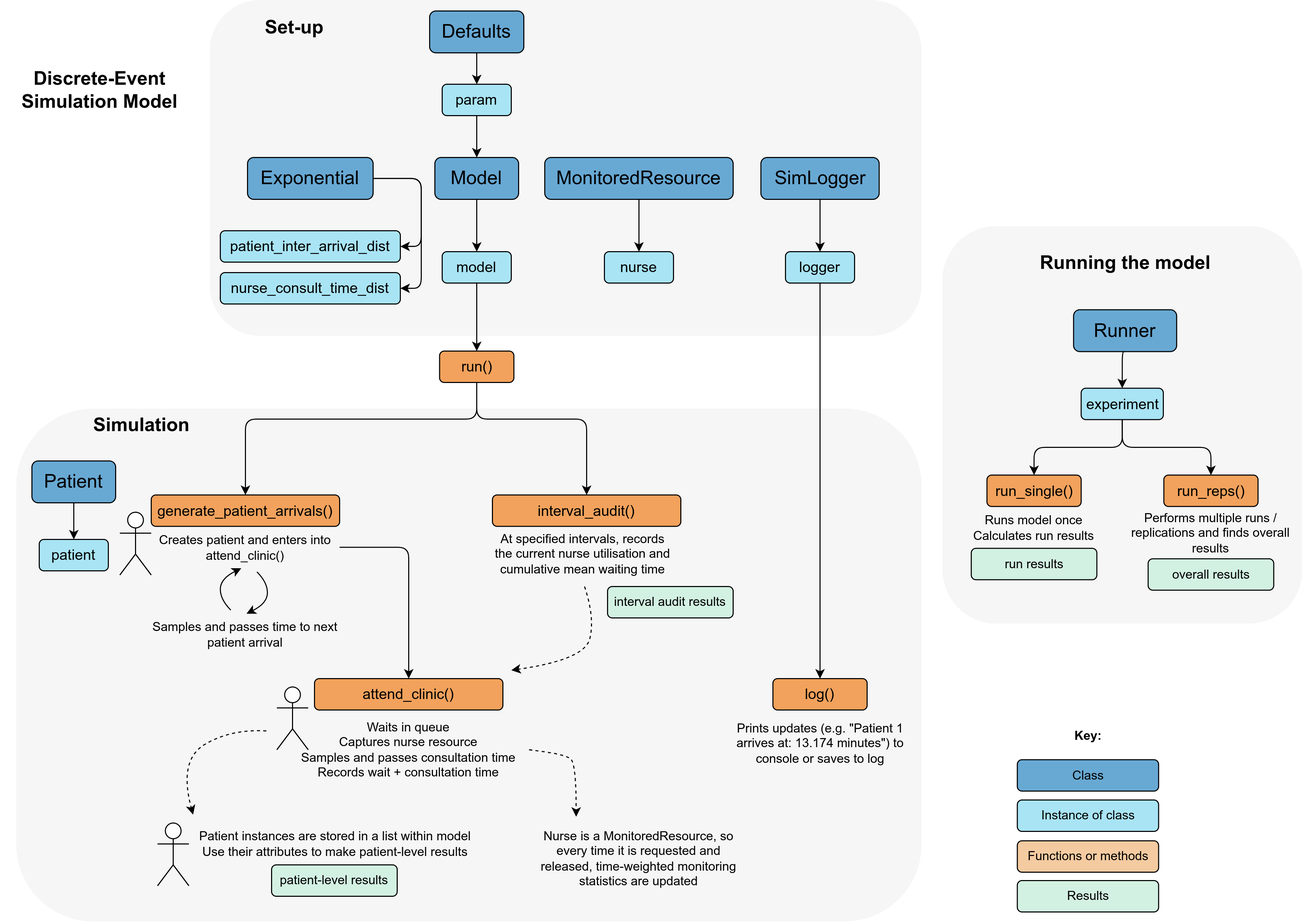
Before: images/model_structure.png, a diagram exported from draw.io (pythonhealthdatascience/pydesrap_mms). Source tidied: cells renumbered, new cells last; positions are measured from the earlier drawing's top-left corner, leaving out a move shared by most shapes.
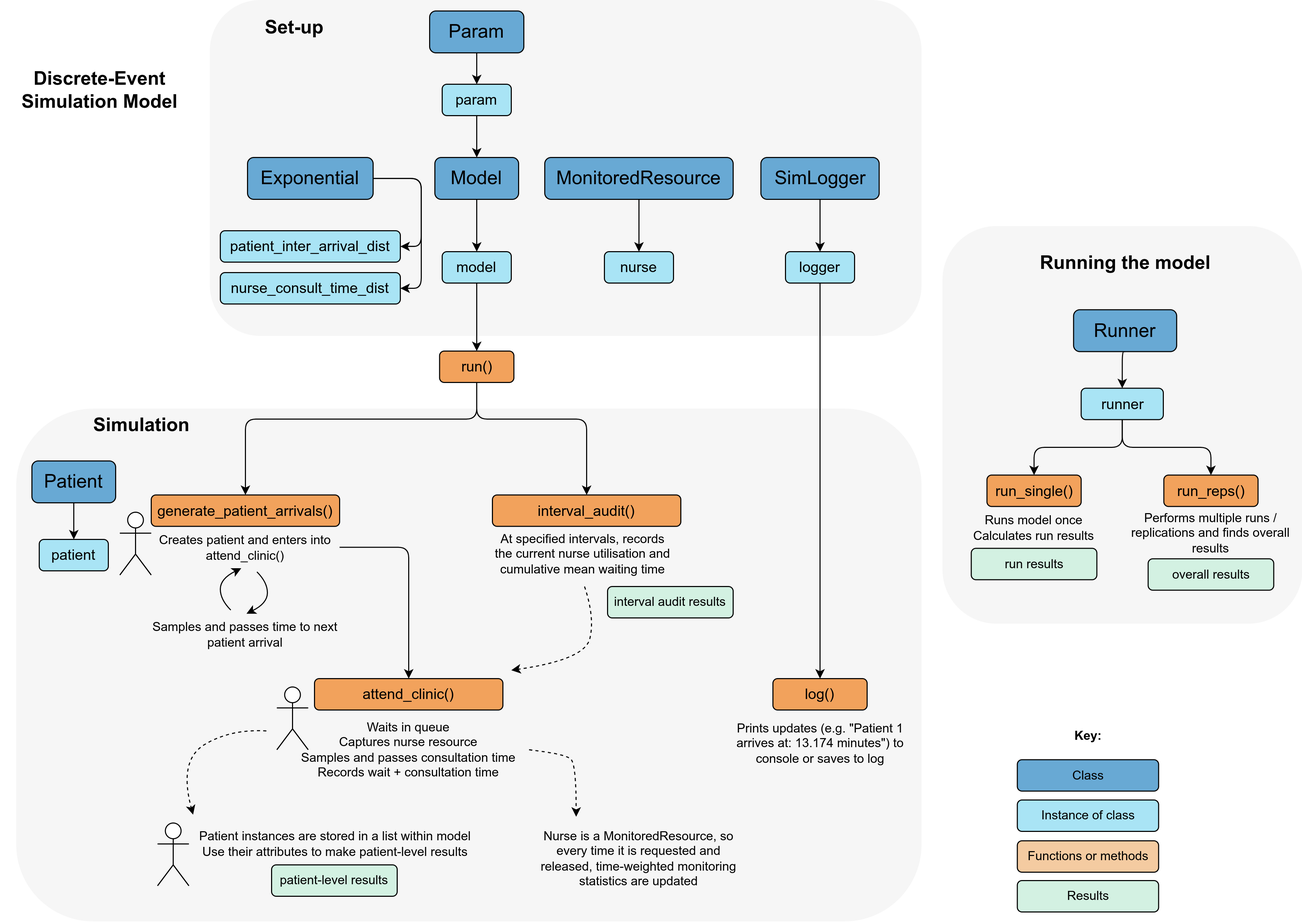
After the commit.

Change to the diagram source:
```diff
@@ -23,7 +23,7 @@
     <mxCell id="8" style="edgeStyle=orthogonalEdgeStyle;rounded=1;jettySize=auto;html=1;exitX=0.5;exitY=1;exitDx=0;exitDy=0;entryX=0.5;entryY=0;entryDx=0;entryDy=0;" parent="1" edge="1" source="9" target="15">
       <mxGeometry relative="1" as="geometry" />
     </mxCell>
-    <mxCell id="9" value="&lt;font style=&quot;font-size: 18px;&quot;&gt;Defaults&lt;/font&gt;" style="rounded=1;whiteSpace=wrap;html=1;fillColor=#68A9D4;" parent="1" vertex="1">
+    <mxCell id="9" value="&lt;font style=&quot;font-size: 18px;&quot;&gt;Param&lt;/font&gt;" style="rounded=1;whiteSpace=wrap;html=1;fillColor=#68A9D4;" parent="1" vertex="1">
       <mxGeometry x="410" y="10" width="90" height="40" as="geometry" />
     </mxCell>
     <mxCell id="10" style="edgeStyle=orthogonalEdgeStyle;rounded=1;jettySize=auto;html=1;exitX=0.5;exitY=1;exitDx=0;exitDy=0;entryX=0.5;entryY=0;entryDx=0;entryDy=0;" parent="1" edge="1" source="11" target="17">
@@ -124,7 +124,7 @@
     <mxCell id="36" style="edgeStyle=orthogonalEdgeStyle;rounded=1;jettySize=auto;html=1;exitX=0.5;exitY=1;exitDx=0;exitDy=0;" parent="1" edge="1" source="37" target="42">
       <mxGeometry relative="1" as="geometry" />
     </mxCell>
-    <mxCell id="37" value="&lt;font style=&quot;font-size: 14px;&quot;&gt;experiment&lt;/font&gt;" style="rounded=1;whiteSpace=wrap;html=1;fillColor=#A9E4F5;" parent="1" vertex="1">
+    <mxCell id="37" value="&lt;font style=&quot;font-size: 14px;&quot;&gt;runner&lt;/font&gt;" style="rounded=1;whiteSpace=wrap;html=1;fillColor=#A9E4F5;" parent="1" vertex="1">
       <mxGeometry x="1032.5" y="370.5" width="78.5" height="30" as="geometry" />
     </mxCell>
     <mxCell id="38" value="&lt;font style=&quot;font-size: 14px;&quot;&gt;patient&lt;/font&gt;" style="rounded=1;whiteSpace=wrap;html=1;fillColor=#A9E4F5;" parent="1" vertex="1">
```
